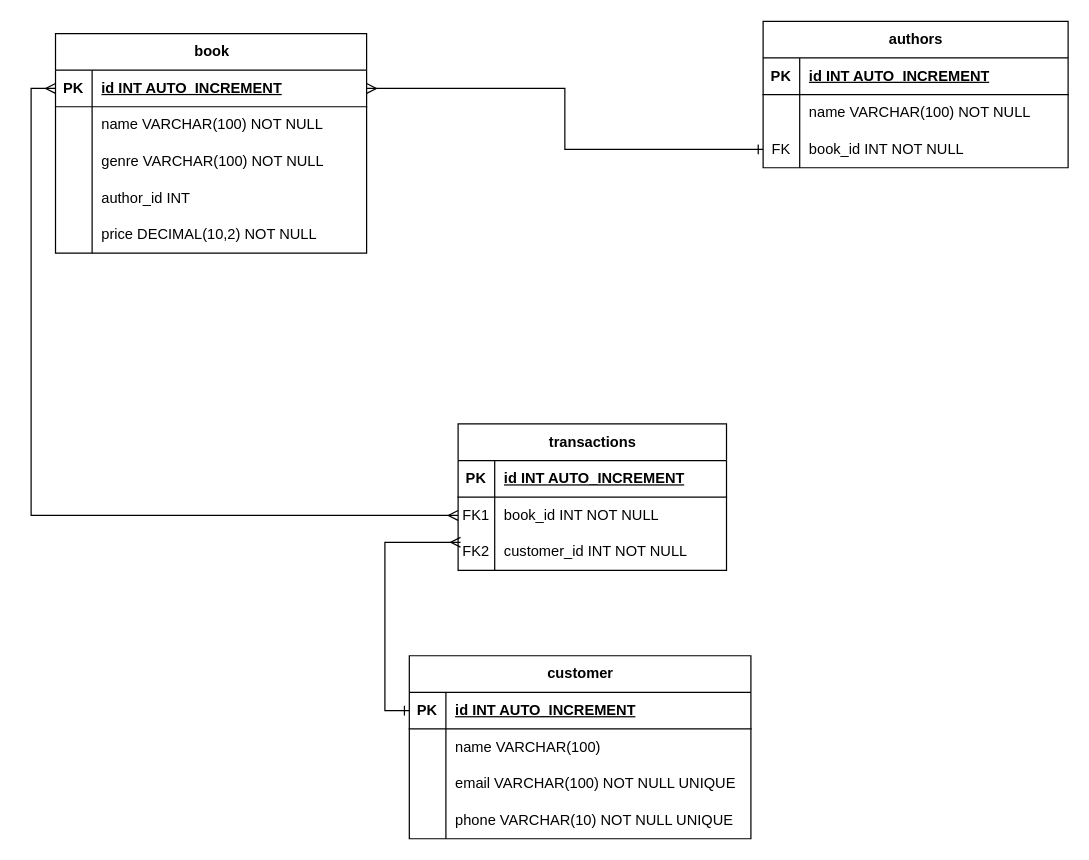
SmittyDeuce/database_fundamentals keeps this draw.io diagram as Untitled Diagram.drawio. Above is the earlier version. Source tidied: cells renumbered, new cells numbered last; positions are measured from the earlier drawing's top-left corner, leaving out a move shared by most shapes. Both pictures are drawn from the tidied source at 122%, with x=0, y=0 at pixel (55, 21).
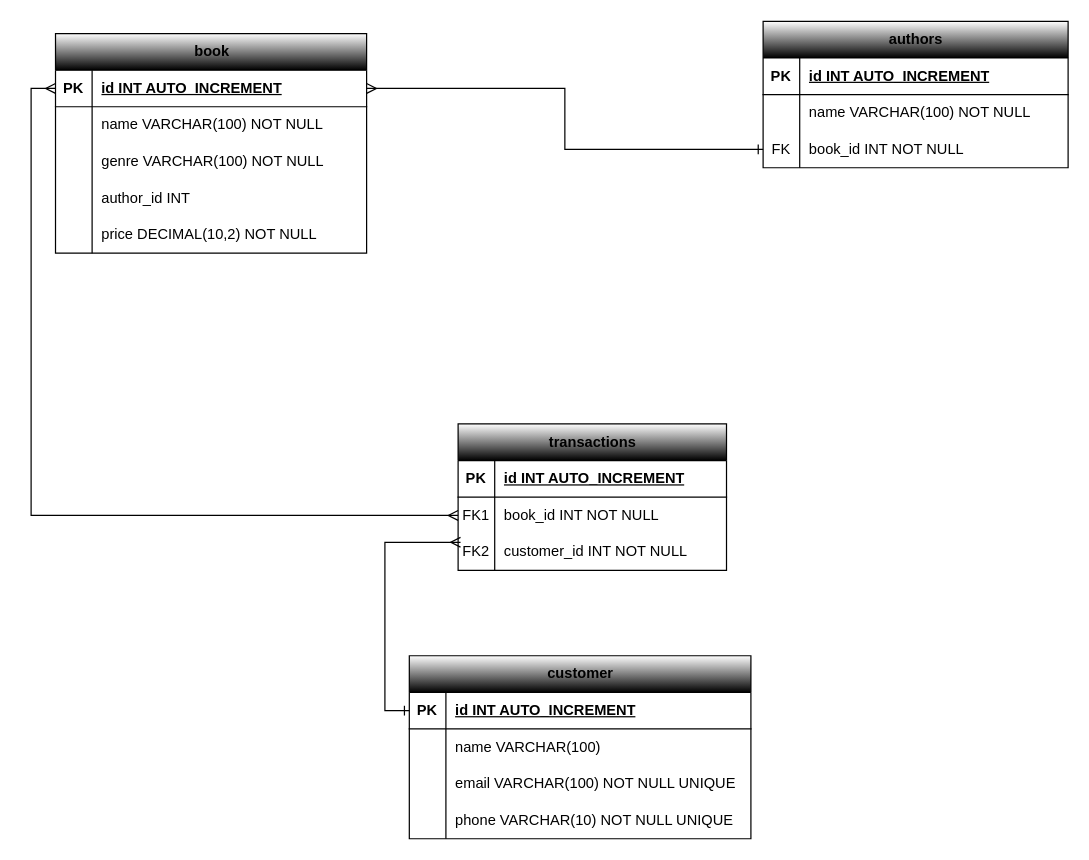
After the change.

Commit message:
fix enitity names

Diff of the diagram source:
```diff
@@
-    <mxCell id="2" value="customer" style="shape=table;startSize=30;childLayout=tableLayout;rowLines=0;fontStyle=1;align=center;html=1;" parent="1" vertex="1">
+    <mxCell id="2" value="customer" style="shape=table;startSize=30;childLayout=tableLayout;rowLines=0;fontStyle=1;align=center;html=1;gradientColor=default;" parent="1" vertex="1">
       <mxGeometry x="290" y="520" width="280" height="150" as="geometry" />
     </mxCell>
@@
-    <mxCell id="15" value="book" style="shape=table;startSize=30;childLayout=tableLayout;rowLines=0;fontStyle=1;align=center;html=1;" parent="1" vertex="1">
+    <mxCell id="15" value="book" style="shape=table;startSize=30;childLayout=tableLayout;rowLines=0;fontStyle=1;align=center;html=1;gradientColor=default;" parent="1" vertex="1">
       <mxGeometry y="10" width="255" height="180" as="geometry" />
     </mxCell>
@@
-    <mxCell id="31" value="authors" style="shape=table;startSize=30;childLayout=tableLayout;rowLines=0;fontStyle=1;align=center;html=1;" parent="1" vertex="1">
+    <mxCell id="31" value="authors" style="shape=table;startSize=30;childLayout=tableLayout;rowLines=0;fontStyle=1;align=center;html=1;gradientColor=default;" parent="1" vertex="1">
       <mxGeometry x="580" width="250" height="120" as="geometry" />
     </mxCell>
@@
-    <mxCell id="41" value="transactions" style="shape=table;startSize=30;childLayout=tableLayout;rowLines=0;fontStyle=1;align=center;html=1;" parent="1" vertex="1">
+    <mxCell id="41" value="transactions" style="shape=table;startSize=30;childLayout=tableLayout;rowLines=0;fontStyle=1;align=center;html=1;gradientColor=default;" parent="1" vertex="1">
       <mxGeometry x="330" y="330" width="220" height="120" as="geometry" />
     </mxCell>
```
